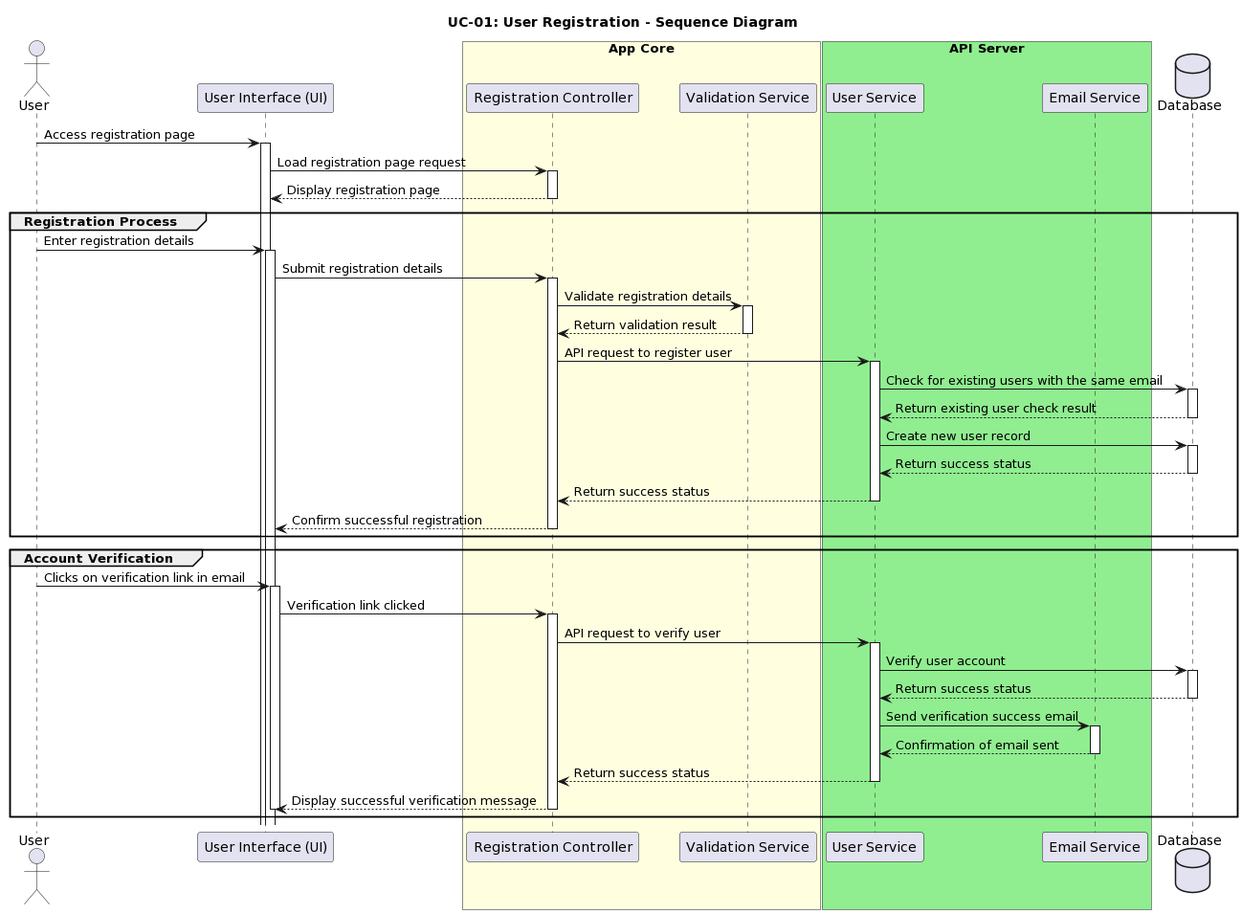
Above: Documents/PlantUML/UC-01_SEQUENCE_Diagram.png in IrenePorta/PetSitters (PlantUML), before the change.
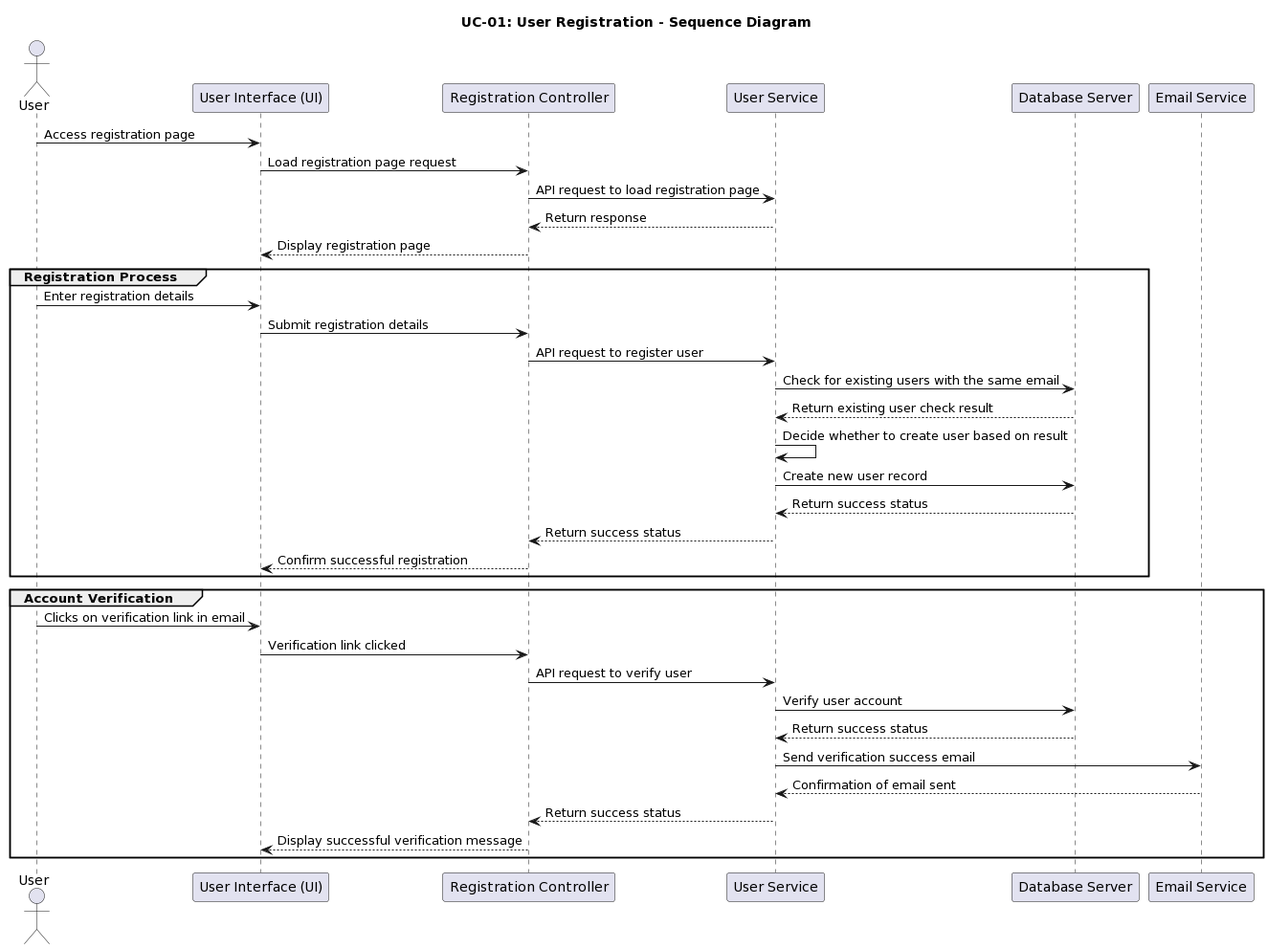
Above is the later version.

The edit, as a diff of the source:
```diff
@@ -3,88 +3,39 @@
 
 actor "User" as user
 participant "User Interface (UI)" as ui
-box "App Core" #LightYellow
-  participant "Registration Controller" as regCtrl
-  participant "Validation Service" as valService
-end box
-box "API Server" #LightGreen
-  participant "User Service" as userService
-  participant "Email Service" as emailService
-end box
-database "Database" as db
+participant "Registration Controller" as regCtrl
+participant "User Service" as userService
+participant "Database Server" as dbServer
+participant "Email Service" as emailService
 
 user -> ui: Access registration page
-activate ui
-
 ui -> regCtrl: Load registration page request
-activate regCtrl
-
+regCtrl -> userService: API request to load registration page
+userService --> regCtrl: Return response
 regCtrl --> ui: Display registration page
-deactivate regCtrl
 
 group Registration Process
     user -> ui: Enter registration details
-    activate ui
-
     ui -> regCtrl: Submit registration details
-    activate regCtrl
-
-    regCtrl -> valService: Validate registration details
-    activate valService
-
-    valService --> regCtrl: Return validation result
-    deactivate valService
-
     regCtrl -> userService: API request to register user
-    activate userService
-
-    userService -> db: Check for existing users with the same email
-    activate db
-
-    db --> userService: Return existing user check result
-    deactivate db
-
-    userService -> db: Create new user record
-    activate db
-
-    db --> userService: Return success status
-    deactivate db
-
+    userService -> dbServer: Check for existing users with the same email
+    dbServer --> userService: Return existing user check result
+    userService -> userService: Decide whether to create user based on result
+    userService -> dbServer: Create new user record
+    dbServer --> userService: Return success status
     userService --> regCtrl: Return success status
-    deactivate userService
-
     regCtrl --> ui: Confirm successful registration
-    deactivate regCtrl
 end group
 
 group Account Verification
     user -> ui: Clicks on verification link in email
-    activate ui
-
     ui -> regCtrl: Verification link clicked
-    activate regCtrl
-
     regCtrl -> userService: API request to verify user
-    activate userService
-
-    userService -> db: Verify user account
-    activate db
-
-    db --> userService: Return success status
-    deactivate db
-
+    userService -> dbServer: Verify user account
+    dbServer --> userService: Return success status
     userService -> emailService: Send verification success email
-    activate emailService
-
     emailService --> userService: Confirmation of email sent
-    deactivate emailService
-
     userService --> regCtrl: Return success status
-    deactivate userService
-
     regCtrl --> ui: Display successful verification message
-    deactivate regCtrl
-
-    deactivate ui
 end group
 @enduml
```
